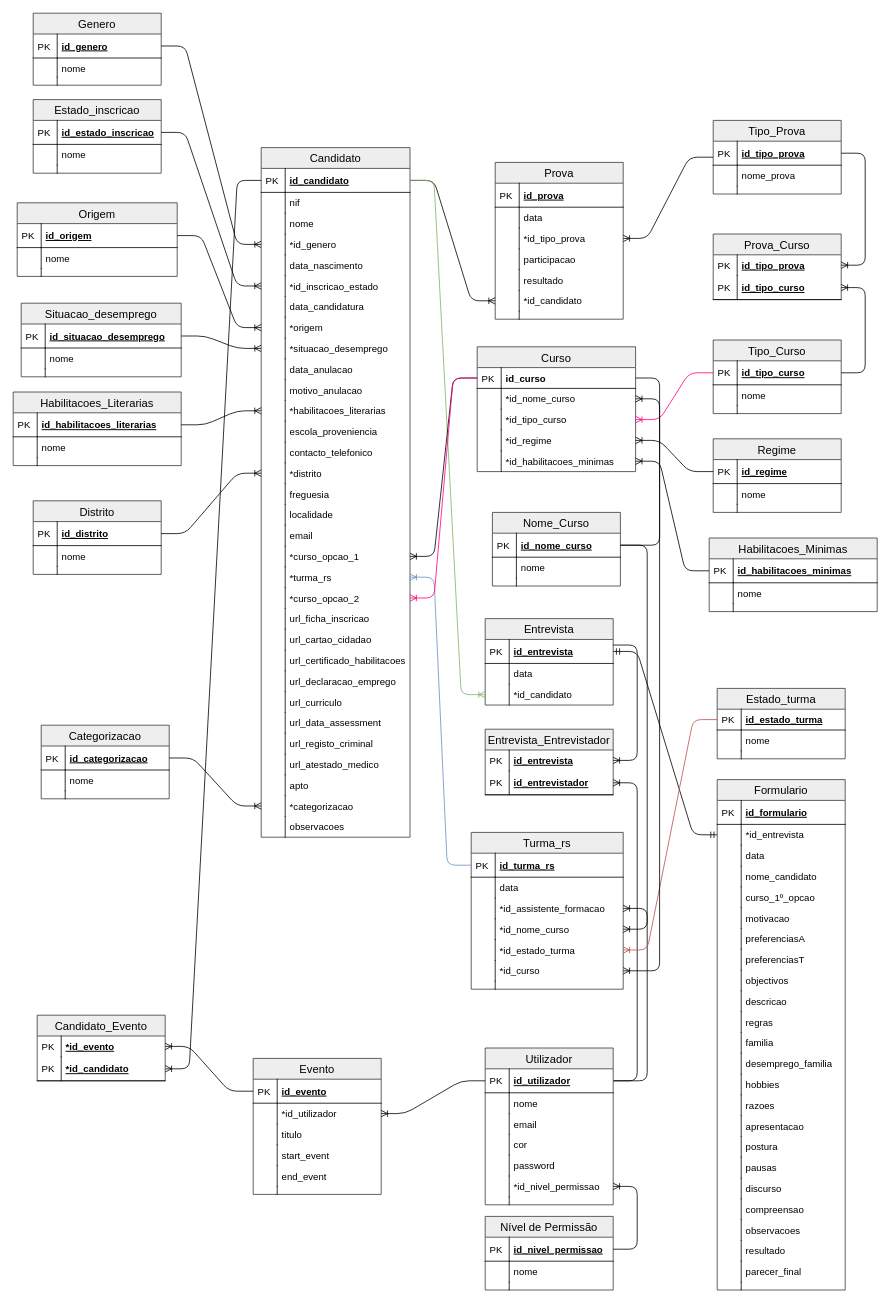
Above: projeto/Docs/Modelo de dados.drawio in blestonbandeira/grs (draw.io), before the change. Source tidied: cells renumbered, new cells numbered last; positions are measured from the earlier drawing's top-left corner, leaving out a move shared by most shapes. Both pictures are drawn from the tidied source at 80%, with x=0, y=0 at pixel (13, 13).
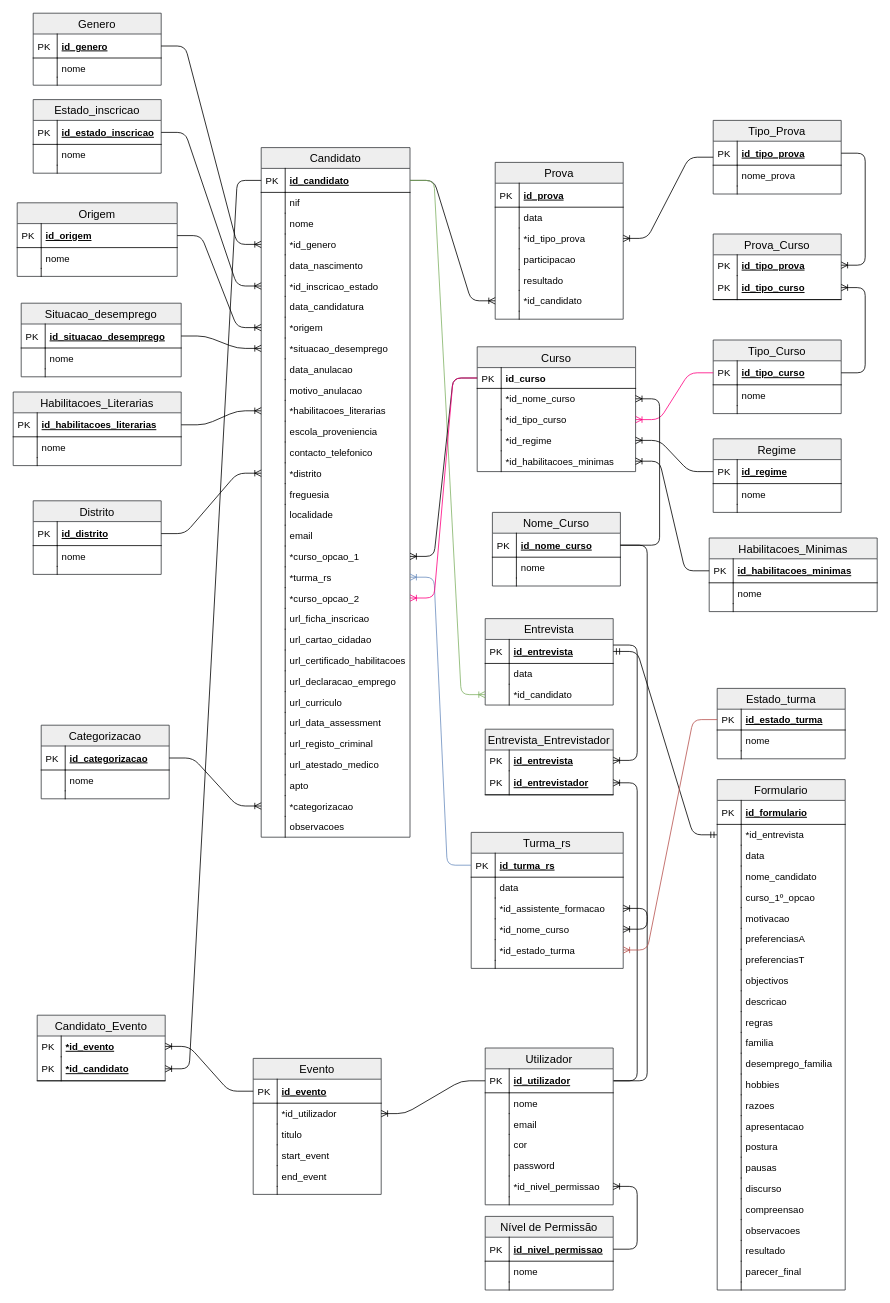
The same page after the edit.

The change refers to these unchanged cells:
```xml
<mxCell id="171" value="id_curso" style="shape=partialRectangle;top=0;left=0;right=0;bottom=1;align=left;verticalAlign=top;fillColor=none;spacingLeft=34;spacingRight=4;overflow=hidden;points=[[0,0.5],[1,0.5]];portConstraint=eastwest;fontSize=12;fontStyle=1;" parent="170" vertex="1">
  <mxGeometry y="26" width="198" height="26" as="geometry" />
</mxCell>
```

Change to the diagram source:
```diff
@@
     <mxCell id="67" value="Turma_rs" style="swimlane;fontStyle=0;horizontal=1;startSize=26;fillColor=#eeeeee;swimlaneFillColor=#ffffff;align=center;fontSize=14;strokeColor=#36393d;" parent="1" vertex="1">
-      <mxGeometry x="572.5" y="1024" width="190" height="196" as="geometry" />
+      <mxGeometry x="572.5" y="1024" width="190" height="170" as="geometry" />
     </mxCell>
@@
-    <mxCell id="78" value="*id_curso" style="shape=partialRectangle;top=0;left=0;right=0;bottom=0;align=left;verticalAlign=top;fillColor=none;spacingLeft=34;spacingRight=4;overflow=hidden;points=[[0,0.5],[1,0.5]];portConstraint=eastwest;fontSize=12;" parent="67" vertex="1">
-      <mxGeometry y="160" width="190" height="26" as="geometry" />
-    </mxCell>
-    <mxCell id="79" style="shape=partialRectangle;top=0;left=0;bottom=0;fillColor=none;align=left;verticalAlign=top;spacingLeft=4;spacingRight=4;overflow=hidden;fontSize=12;" parent="78" vertex="1">
-      <mxGeometry width="30" height="26" as="geometry" />
-    </mxCell>
     <mxCell id="80" style="shape=partialRectangle;top=0;left=0;right=0;bottom=0;align=left;verticalAlign=top;fillColor=none;spacingLeft=34;spacingRight=4;overflow=hidden;fontSize=12;" parent="67" vertex="1">
-      <mxGeometry y="186" width="190" height="10" as="geometry" />
+      <mxGeometry y="160" width="190" height="10" as="geometry" />
     </mxCell>
@@
-    <mxCell id="334" style="edgeStyle=entityRelationEdgeStyle;fontSize=12;html=1;endArrow=ERoneToMany;" parent="1" edge="1" source="171" target="78">
-      <mxGeometry relative="1" as="geometry" />
-    </mxCell>
```
